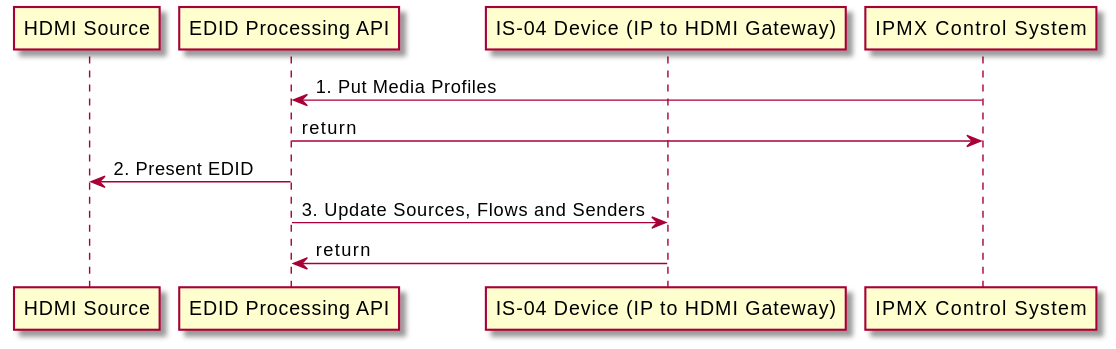
Above: docs/images/svg/encoder_setup.svg in AMWA-TV/bcp-005-01 (PlantUML), before the change.
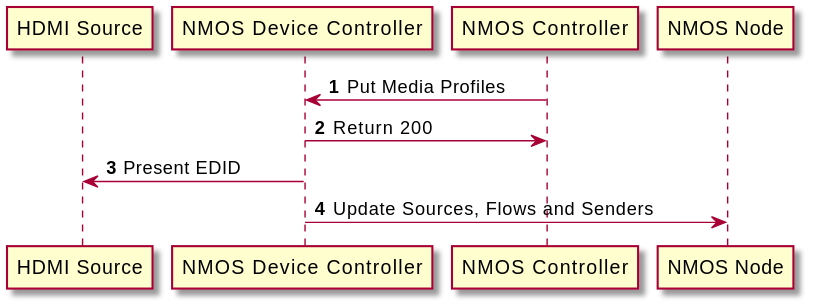
Later version of the same file.

What changed in the source:
```diff
@@ -1,14 +1,13 @@
 @startuml
+autonumber
 skinparam BoxPadding 10
 
 participant "HDMI Source"
-participant "EDID Processing API"
-participant "IS-04 Device (IP to HDMI Gateway)"
-participant "IPMX Control System"
+participant "NMOS Device Controller"
+participant "NMOS Controller"
 
-"IPMX Control System" -> "EDID Processing API": 1. Put Media Profiles
-"IPMX Control System" <- "EDID Processing API": return
-"HDMI Source" <- "EDID Processing API": 2. Present EDID
-"IS-04 Device (IP to HDMI Gateway)" <- "EDID Processing API": 3. Update Sources, Flows and Senders
-"IS-04 Device (IP to HDMI Gateway)" -> "EDID Processing API": return
+"NMOS Controller" -> "NMOS Device Controller": Put Media Profiles
+"NMOS Controller" <- "NMOS Device Controller": Return 200
+"HDMI Source" <- "NMOS Device Controller": Present EDID
+"NMOS Device Controller" -> "NMOS Node": Update Sources, Flows and Senders
 @enduml
```
